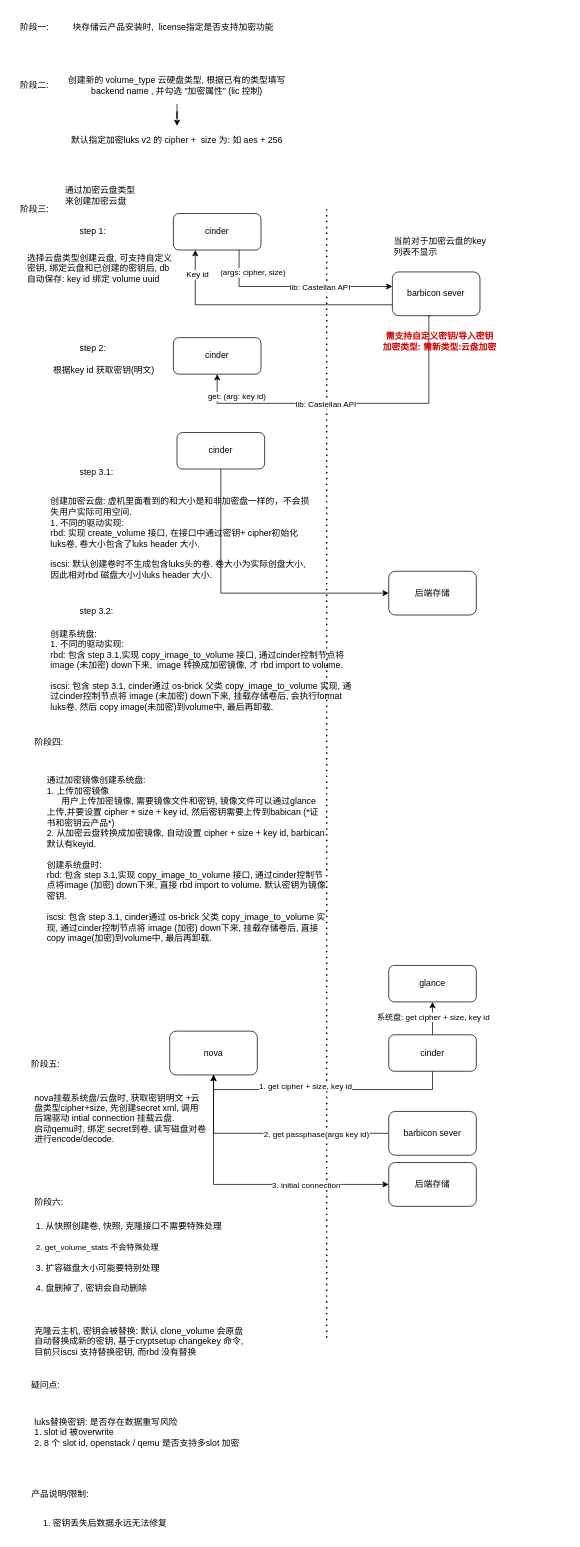
Earlier version of the draw.io diagram 磁盘加密.drawio (ChenFanTony/ceph-diagrams). Source tidied: cells renumbered, new cells numbered last; positions are measured from the earlier drawing's top-left corner, leaving out a move shared by most shapes. Both pictures are drawn from the tidied source at 73%, with x=0, y=0 at pixel (12, 12).
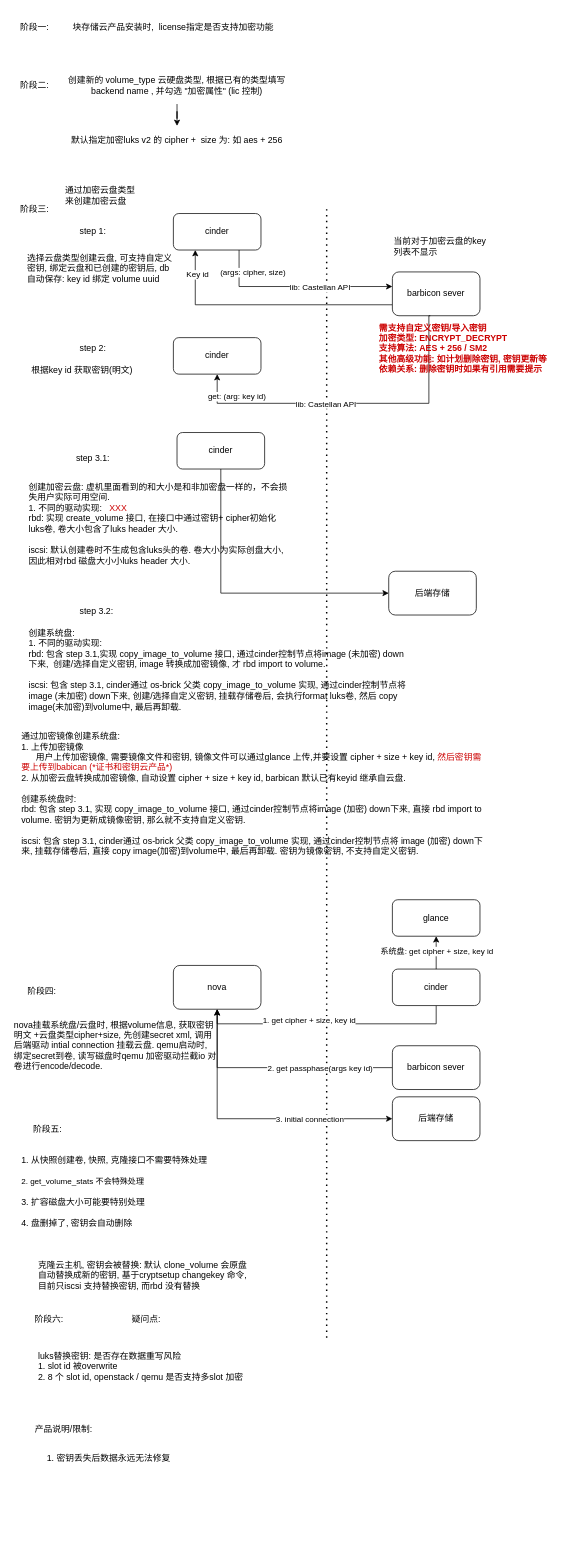
The same page after the edit.

Commit message:
更新磁盘加密.drawio

Diff of the diagram source:
```diff
@@
     <mxCell id="12" style="edgeStyle=orthogonalEdgeStyle;rounded=0;jettySize=auto;html=1;exitX=0.5;exitY=1;exitDx=0;exitDy=0;startArrow=classic;startFill=1;endArrow=none;endFill=0;entryX=0;entryY=0.5;entryDx=0;entryDy=0;" parent="1" edge="1" source="14" target="40">
       <mxGeometry relative="1" as="geometry">
         <Array as="points">
-          <mxPoint x="275" y="1535" />
+          <mxPoint x="280" y="1445" />
         </Array>
       </mxGeometry>
     </mxCell>
@@
     <mxCell id="14" value="nova" style="rounded=1;whiteSpace=wrap;html=1;" parent="1" vertex="1">
-      <mxGeometry x="215" y="1395" width="120" height="60" as="geometry" />
+      <mxGeometry x="220" y="1305" width="120" height="60" as="geometry" />
     </mxCell>
@@
     <mxCell id="31" value="根据key id 获取密钥(明文)" style="text;html=1;whiteSpace=wrap;strokeColor=none;fillColor=none;align=center;verticalAlign=middle;rounded=0;" parent="1" vertex="1">
-      <mxGeometry x="45" y="475" width="160" height="30" as="geometry" />
+      <mxGeometry x="15" y="475" width="160" height="30" as="geometry" />
     </mxCell>
     <mxCell id="32" value="step 3.1:" style="text;html=1;whiteSpace=wrap;strokeColor=none;fillColor=none;align=center;verticalAlign=middle;rounded=0;" parent="1" vertex="1">
-      <mxGeometry x="85" y="615" width="60" height="30" as="geometry" />
+      <mxGeometry x="80" y="595" width="60" height="30" as="geometry" />
     </mxCell>
@@
-    <mxCell id="36" value="创建加密云盘:&amp;nbsp;虚机里面看到的和大小是和非加密盘一样的，不会损失用户实际可用空间.&lt;br&gt;1. 不同的驱动实现:&lt;br&gt;rbd: 实现 create_volume 接口, 在接口中通过密钥+ cipher初始化luks卷, 卷大小包含了luks header 大小.&amp;nbsp;&lt;br&gt;&lt;br&gt;iscsi: 默认创建卷时不生成包含luks头的卷. 卷大小为实际创盘大小, 因此相对rbd 磁盘大小小luks header 大小." style="text;html=1;whiteSpace=wrap;strokeColor=none;fillColor=none;align=left;verticalAlign=middle;rounded=0;" parent="1" vertex="1">
-      <mxGeometry x="50" y="655" width="360" height="130" as="geometry" />
+    <mxCell id="36" value="创建加密云盘:&amp;nbsp;虚机里面看到的和大小是和非加密盘一样的，不会损失用户实际可用空间.&lt;br&gt;1. 不同的驱动实现:&amp;nbsp; &amp;nbsp;&lt;font style=&quot;color: rgb(204, 0, 0);&quot;&gt;XXX&lt;/font&gt;&lt;br&gt;rbd: 实现 create_volume 接口, 在接口中通过密钥+ cipher初始化luks卷, 卷大小包含了luks header 大小.&amp;nbsp;&lt;br&gt;&lt;br&gt;iscsi: 默认创建卷时不生成包含luks头的卷. 卷大小为实际创盘大小, 因此相对rbd 磁盘大小小luks header 大小." style="text;html=1;whiteSpace=wrap;strokeColor=none;fillColor=none;align=left;verticalAlign=middle;rounded=0;" parent="1" vertex="1">
+      <mxGeometry x="20" y="635" width="360" height="130" as="geometry" />
     </mxCell>
@@
-    <mxCell id="38" value="创建系统盘:&amp;nbsp;&lt;br&gt;1. 不同的驱动实现:&lt;br&gt;rbd: 包含 step 3.1,实现 copy_image_to_volume 接口, 通过cinder控制节点将image (未加密) down下来,&amp;nbsp; image 转换成加密镜像, 才 rbd import to volume.&lt;br&gt;&lt;br&gt;iscsi: 包含 step 3.1, cinder通过 os-brick 父类 copy_image_to_volume 实现, 通过cinder控制节点将 image (未加密) down下来, 挂载存储卷后, 会执行format luks卷, 然后 copy image(未加密)到volume中, 最后再卸载." style="text;html=1;whiteSpace=wrap;strokeColor=none;fillColor=none;align=left;verticalAlign=middle;rounded=0;" parent="1" vertex="1">
-      <mxGeometry x="50" y="836" width="415" height="130" as="geometry" />
+    <mxCell id="38" value="创建系统盘:&amp;nbsp;&lt;br&gt;1. 不同的驱动实现:&lt;br&gt;rbd: 包含 step 3.1,实现 copy_image_to_volume 接口, 通过cinder控制节点将image (未加密) down下来,&amp;nbsp; 创建/选择自定义密钥, image 转换成加密镜像, 才 rbd import to volume.&lt;br&gt;&lt;br&gt;iscsi: 包含 step 3.1, cinder通过 os-brick 父类 copy_image_to_volume 实现, 通过cinder控制节点将 image (未加密) down下来, 创建/选择自定义密钥, 挂载存储卷后,&amp;nbsp;会执行format luks卷, 然后 copy image(未加密)到volume中, 最后再卸载." style="text;html=1;whiteSpace=wrap;strokeColor=none;fillColor=none;align=left;verticalAlign=middle;rounded=0;" parent="1" vertex="1">
+      <mxGeometry x="20" y="835" width="520" height="130" as="geometry" />
     </mxCell>
     <mxCell id="39" value="后端存储" style="rounded=1;whiteSpace=wrap;html=1;" parent="1" vertex="1">
-      <mxGeometry x="515" y="1575" width="120" height="60" as="geometry" />
+      <mxGeometry x="520" y="1485" width="120" height="60" as="geometry" />
     </mxCell>
     <mxCell id="40" value="barbicon sever" style="rounded=1;whiteSpace=wrap;html=1;" parent="1" vertex="1">
-      <mxGeometry x="515" y="1505" width="120" height="60" as="geometry" />
+      <mxGeometry x="520" y="1415" width="120" height="60" as="geometry" />
     </mxCell>
-    <mxCell id="41" value="nova挂载系统盘/云盘时, 获取密钥明文 +云盘类型cipher+size, 先创建secret xml,&amp;nbsp;调用后端驱动 intial connection 挂载云盘.&lt;div&gt;启动qemu时, 绑定 secret到卷, 读写磁盘对卷进行encode/decode.&lt;/div&gt;" style="text;html=1;whiteSpace=wrap;strokeColor=none;fillColor=none;align=left;verticalAlign=middle;rounded=0;" parent="1" vertex="1">
-      <mxGeometry x="27.5" y="1465" width="237.5" height="100" as="geometry" />
+    <mxCell id="41" value="nova挂载系统盘/云盘时, 根据volume信息, 获取密钥明文 +云盘类型cipher+size, 先创建secret xml,&amp;nbsp;调用后端驱动 intial connection 挂载云盘.&amp;nbsp;&lt;span style=&quot;background-color: transparent; color: light-dark(rgb(0, 0, 0), rgb(255, 255, 255));&quot;&gt;qemu&lt;/span&gt;启动&lt;span style=&quot;background-color: transparent; color: light-dark(rgb(0, 0, 0), rgb(255, 255, 255));&quot;&gt;时, 绑定secret到卷, 读写磁盘时qemu 加密驱动拦截io 对卷进行encode/decode.&lt;/span&gt;" style="text;html=1;whiteSpace=wrap;strokeColor=none;fillColor=none;align=left;verticalAlign=middle;rounded=0;" parent="1" vertex="1">
+      <mxGeometry y="1365" width="280" height="100" as="geometry" />
     </mxCell>
@@
     <mxCell id="44" value="cinder" style="rounded=1;whiteSpace=wrap;html=1;" parent="1" vertex="1">
-      <mxGeometry x="515" y="1400" width="120" height="50" as="geometry" />
+      <mxGeometry x="520" y="1310" width="120" height="50" as="geometry" />
     </mxCell>
     <mxCell id="45" value="阶段五:" style="text;html=1;whiteSpace=wrap;strokeColor=none;fillColor=none;align=center;verticalAlign=middle;rounded=0;" parent="1" vertex="1">
-      <mxGeometry x="15" y="1425" width="60" height="30" as="geometry" />
+      <mxGeometry x="17.5" y="1515" width="60" height="30" as="geometry" />
     </mxCell>
-    <mxCell id="46" value="通过加密镜像创建系统盘:&amp;nbsp;&lt;br&gt;1. 上传加密镜像&lt;br&gt;&amp;nbsp; &amp;nbsp; &amp;nbsp; 用户上传加密镜像, 需要镜像文件和密钥, 镜像文件可以通过glance 上传,并要设置 cipher + size + key id, 然后密钥需要上传到babican (*证书和密钥云产品*)&lt;br&gt;2. 从加密云盘转换成加密镜像, 自动设置&amp;nbsp;cipher + size + key id, barbican 默认有keyid.&lt;br&gt;&lt;div&gt;&lt;br&gt;创建系统盘时:&lt;br&gt;rbd:&amp;nbsp;&lt;span style=&quot;background-color: transparent; color: light-dark(rgb(0, 0, 0), rgb(255, 255, 255));&quot;&gt;包含 step 3.1,实现 copy_image_to_volume 接口, 通过cinder控制节点将image (加密) down下来, 直接 rbd import to volume. 默认密钥为镜像密钥.&lt;br&gt;&lt;br&gt;iscsi:&amp;nbsp;&lt;/span&gt;&lt;span style=&quot;background-color: transparent; color: light-dark(rgb(0, 0, 0), rgb(255, 255, 255));&quot;&gt;包含 step 3.1, cinder通过 os-brick 父类 copy_image_to_volume 实现, 通过cinder控制节点将 image (加密) down下来, 挂载存储卷后, 直接 copy image(加密)到volume中, 最后再卸载.&lt;/span&gt;&lt;/div&gt;" style="text;html=1;whiteSpace=wrap;strokeColor=none;fillColor=none;align=left;verticalAlign=middle;rounded=0;" parent="1" vertex="1">
-      <mxGeometry x="45" y="1025" width="385" height="270" as="geometry" />
+    <mxCell id="46" value="通过加密镜像创建系统盘:&amp;nbsp;&lt;br&gt;1. 上传加密镜像&lt;br&gt;&amp;nbsp; &amp;nbsp; &amp;nbsp; 用户上传加密镜像, 需要镜像文件和密钥, 镜像文件可以通过glance 上传,并要设置 cipher + size + key id, &lt;font style=&quot;color: rgb(204, 0, 0);&quot;&gt;然后密钥需要上传到babican (*证书和密钥云产品*)&lt;/font&gt;&lt;br&gt;2. 从加密云盘转换成加密镜像, 自动设置&amp;nbsp;cipher + size + key id, barbican 默认已有keyid 继承自云盘.&lt;br&gt;&lt;div&gt;&lt;br&gt;创建系统盘时:&lt;br&gt;rbd:&amp;nbsp;&lt;span style=&quot;background-color: transparent; color: light-dark(rgb(0, 0, 0), rgb(255, 255, 255));&quot;&gt;包含 step 3.1, 实现 copy_image_to_volume 接口, 通过cinder控制节点将image (加密) down下来, 直接 rbd import to volume. 密钥为更新成镜像密钥, 那么就不支持自定义密钥.&lt;/span&gt;&lt;span style=&quot;background-color: transparent; color: light-dark(rgb(0, 0, 0), rgb(255, 255, 255));&quot;&gt;&lt;br&gt;&lt;br&gt;iscsi:&amp;nbsp;&lt;/span&gt;&lt;span style=&quot;background-color: transparent; color: light-dark(rgb(0, 0, 0), rgb(255, 255, 255));&quot;&gt;包含 step 3.1, cinder通过 os-brick 父类 copy_image_to_volume 实现, 通过cinder控制节点将 image (加密) down下来, 挂载存储卷后, 直接 copy image(加密)到volume中, 最后再卸载. 密钥为镜像密钥, 不支持自定义密钥.&lt;/span&gt;&lt;/div&gt;" style="text;html=1;whiteSpace=wrap;strokeColor=none;fillColor=none;align=left;verticalAlign=middle;rounded=0;" parent="1" vertex="1">
+      <mxGeometry x="10" y="935" width="635" height="270" as="geometry" />
     </mxCell>
     <mxCell id="47" value="阶段四:" style="text;html=1;whiteSpace=wrap;strokeColor=none;fillColor=none;align=center;verticalAlign=middle;rounded=0;" parent="1" vertex="1">
-      <mxGeometry x="20" y="985" width="60" height="30" as="geometry" />
+      <mxGeometry x="10" y="1325" width="60" height="30" as="geometry" />
     </mxCell>
     <mxCell id="48" value="glance" style="rounded=1;whiteSpace=wrap;html=1;" parent="1" vertex="1">
-      <mxGeometry x="515" y="1305" width="120" height="50" as="geometry" />
+      <mxGeometry x="520" y="1215" width="120" height="50" as="geometry" />
     </mxCell>
     <mxCell id="49" style="edgeStyle=orthogonalEdgeStyle;rounded=0;jettySize=auto;html=1;exitX=0.5;exitY=0;exitDx=0;exitDy=0;entryX=0.5;entryY=1;entryDx=0;entryDy=0;" parent="1" edge="1" source="44" target="48">
       <mxGeometry relative="1" as="geometry">
         <Array as="points">
-          <mxPoint x="575" y="1365" />
-          <mxPoint x="575" y="1365" />
+          <mxPoint x="580" y="1275" />
+          <mxPoint x="580" y="1275" />
         </Array>
       </mxGeometry>
     </mxCell>
@@
     <mxCell id="51" value="&lt;div style=&quot;&quot;&gt;&lt;span style=&quot;background-color: transparent; color: light-dark(rgb(0, 0, 0), rgb(255, 255, 255));&quot;&gt;1. 从快照创建卷, 快照, 克隆接口不需要特殊处理&lt;/span&gt;&lt;/div&gt;&lt;br&gt;&lt;div style=&quot;&quot;&gt;&lt;span style=&quot;font-size: 8.2875pt; font-family: LiberationMono;&quot;&gt;2. get_volume_stats 不会特殊处理&lt;/span&gt;&lt;/div&gt;&lt;br&gt;&lt;div style=&quot;&quot;&gt;&lt;span style=&quot;background-color: transparent; color: light-dark(rgb(0, 0, 0), rgb(255, 255, 255));&quot;&gt;3. 扩容磁盘大小可能要特别处理&lt;br&gt;&lt;br&gt;4. 盘删掉了, 密钥会自动删除&lt;/span&gt;&lt;/div&gt;" style="text;html=1;whiteSpace=wrap;strokeColor=none;fillColor=none;align=left;verticalAlign=middle;rounded=0;" parent="1" vertex="1">
-      <mxGeometry x="30" y="1655" width="415" height="100" as="geometry" />
+      <mxGeometry x="10" y="1565" width="415" height="100" as="geometry" />
     </mxCell>
-    <mxCell id="52" value="&lt;font style=&quot;&quot;&gt;&lt;b&gt;需支持自定义密钥/导入密钥&lt;br&gt;加密类型: 需新类型:云盘加密&lt;/b&gt;&lt;/font&gt;" style="text;html=1;whiteSpace=wrap;strokeColor=none;fillColor=none;align=center;verticalAlign=middle;rounded=0;fontColor=#CC0000;" parent="1" vertex="1">
-      <mxGeometry x="485" y="435" width="200" height="30" as="geometry" />
+    <mxCell id="52" value="&lt;font style=&quot;&quot;&gt;&lt;b&gt;需支持自定义密钥/导入密钥&lt;/b&gt;&lt;br&gt;&lt;b&gt;加密类型: ENCRYPT_DECRYPT&lt;br&gt;支持算法: AES + 256 / SM2&lt;/b&gt;&lt;br&gt;&lt;b&gt;其他高级功能: 如计划删除密钥, 密钥更新等&amp;nbsp;&lt;br&gt;依赖关系: 删除密钥时如果有引用需要提示&lt;/b&gt;&lt;/font&gt;" style="text;html=1;whiteSpace=wrap;strokeColor=none;fillColor=none;align=left;verticalAlign=middle;rounded=0;fontColor=#CC0000;" parent="1" vertex="1">
+      <mxGeometry x="500" y="445" width="260" height="30" as="geometry" />
     </mxCell>
     <mxCell id="53" value="克隆云主机, 密钥会被替换: 默认 clone_volume 会原盘自动替换成新的密钥, 基于cryptsetup changekey 命令, 目前只iscsi 支持替换密钥, 而rbd 没有替换" style="text;html=1;whiteSpace=wrap;strokeColor=none;fillColor=none;align=left;verticalAlign=middle;rounded=0;" parent="1" vertex="1">
-      <mxGeometry x="27.5" y="1795" width="300" height="50" as="geometry" />
+      <mxGeometry x="32.5" y="1705" width="300" height="50" as="geometry" />
     </mxCell>
     <mxCell id="54" value="luks替换密钥: 是否存在数据重写风险&lt;br&gt;1. slot id 被overwrite&lt;br&gt;&lt;div style=&quot;&quot;&gt;&lt;span style=&quot;background-color: transparent; color: light-dark(rgb(0, 0, 0), rgb(255, 255, 255));&quot;&gt;2. 8 个 slot id, openstack / qemu 是否支持多slot 加密&lt;/span&gt;&lt;/div&gt;" style="text;html=1;whiteSpace=wrap;strokeColor=none;fillColor=none;align=left;verticalAlign=middle;rounded=0;" parent="1" vertex="1">
-      <mxGeometry x="27.5" y="1915" width="490" height="60" as="geometry" />
+      <mxGeometry x="32.5" y="1825" width="490" height="60" as="geometry" />
     </mxCell>
     <mxCell id="55" value="疑问点:" style="text;html=1;whiteSpace=wrap;strokeColor=none;fillColor=none;align=center;verticalAlign=middle;rounded=0;" parent="1" vertex="1">
-      <mxGeometry x="15" y="1865" width="60" height="30" as="geometry" />
+      <mxGeometry x="152.5" y="1775" width="60" height="30" as="geometry" />
     </mxCell>
@@
     <mxCell id="57" value="阶段六:" style="text;html=1;whiteSpace=wrap;strokeColor=none;fillColor=none;align=center;verticalAlign=middle;rounded=0;" parent="1" vertex="1">
-      <mxGeometry x="20" y="1615" width="60" height="30" as="geometry" />
+      <mxGeometry x="20" y="1775" width="60" height="30" as="geometry" />
     </mxCell>
     <mxCell id="58" value="产品说明/限制:" style="text;html=1;whiteSpace=wrap;strokeColor=none;fillColor=none;align=center;verticalAlign=middle;rounded=0;" parent="1" vertex="1">
-      <mxGeometry x="10" y="2015" width="110" height="30" as="geometry" />
+      <mxGeometry x="15" y="1925" width="110" height="30" as="geometry" />
     </mxCell>
     <mxCell id="59" value="1.&amp;nbsp;密钥丢失后数据永远无法修复" style="text;html=1;whiteSpace=wrap;strokeColor=none;fillColor=none;align=left;verticalAlign=middle;rounded=0;" parent="1" vertex="1">
-      <mxGeometry x="40" y="2055" width="330" height="30" as="geometry" />
+      <mxGeometry x="45" y="1965" width="330" height="30" as="geometry" />
     </mxCell>
```
